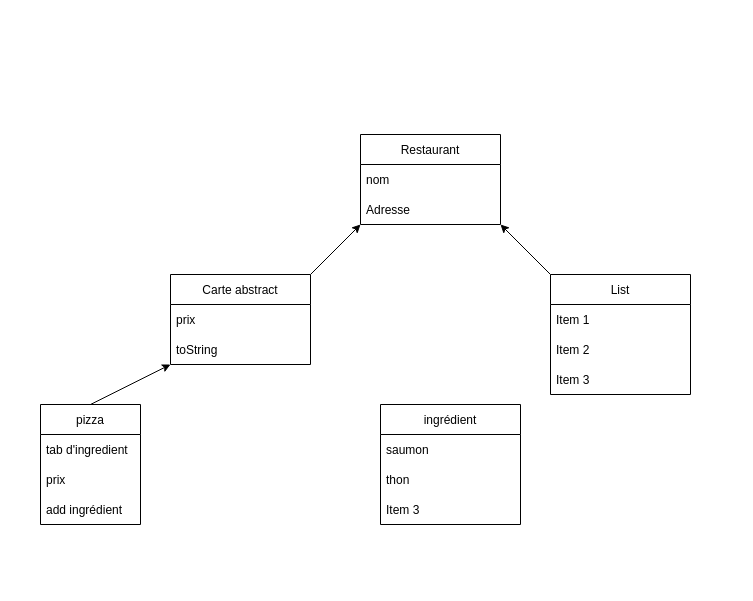
Above: Untitled Diagram.drawio in gadzana/gad1 (draw.io), before the change. Source tidied: cells renumbered, new cells numbered last; positions are measured from the earlier drawing's top-left corner, leaving out a move shared by most shapes. Both pictures are drawn from the tidied source at 100%, with x=0, y=0 at pixel (40, 134).
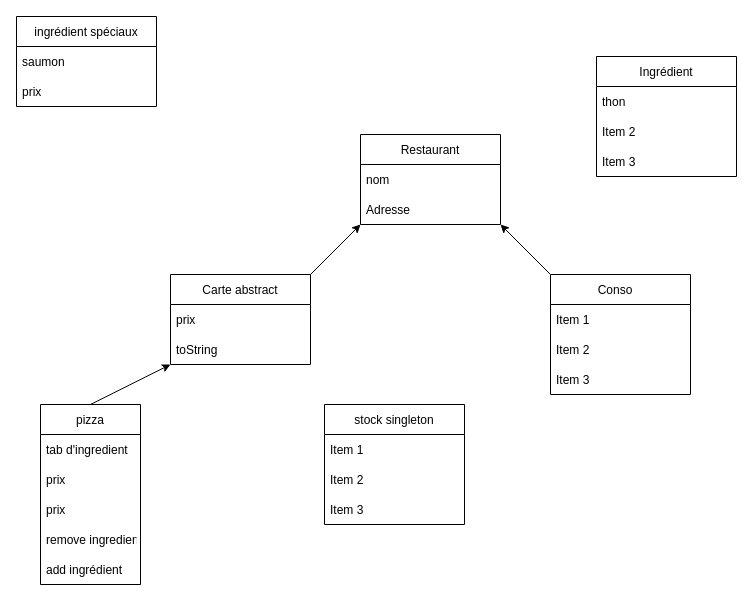
The same page after the edit.

Diff of the diagram source:
```diff
@@
-    <mxCell id="10" value="List" style="swimlane;fontStyle=0;horizontal=1;startSize=30;" parent="1" vertex="1">
+    <mxCell id="10" value="Conso   " style="swimlane;fontStyle=0;horizontal=1;startSize=30;" parent="1" vertex="1">
       <mxGeometry x="510" y="140" width="140" height="120" as="geometry" />
     </mxCell>
@@
     <mxCell id="15" value="pizza" style="swimlane;fontStyle=0;horizontal=1;startSize=30;" parent="1" vertex="1">
-      <mxGeometry y="270" width="100" height="120" as="geometry" />
+      <mxGeometry y="270" width="100" height="180" as="geometry" />
     </mxCell>
@@
+    <mxCell id="23" value="prix" style="text;strokeColor=none;fillColor=none;align=left;verticalAlign=middle;spacingLeft=4;spacingRight=4;overflow=hidden;" parent="15" vertex="1">
+      <mxGeometry y="90" width="100" height="30" as="geometry" />
+    </mxCell>
+    <mxCell id="24" value="remove ingredient" style="text;strokeColor=none;fillColor=none;align=left;verticalAlign=middle;spacingLeft=4;spacingRight=4;overflow=hidden;" parent="15" vertex="1">
+      <mxGeometry y="120" width="100" height="30" as="geometry" />
+    </mxCell>
     <mxCell id="18" value="add ingrédient " style="text;strokeColor=none;fillColor=none;align=left;verticalAlign=middle;spacingLeft=4;spacingRight=4;overflow=hidden;" parent="15" vertex="1">
-      <mxGeometry y="90" width="100" height="30" as="geometry" />
+      <mxGeometry y="150" width="100" height="30" as="geometry" />
     </mxCell>
-    <mxCell id="19" value="ingrédient" style="swimlane;fontStyle=0;horizontal=1;startSize=30;" parent="1" vertex="1">
-      <mxGeometry x="340" y="270" width="140" height="120" as="geometry" />
+    <mxCell id="19" value="ingrédient spéciaux" style="swimlane;fontStyle=0;horizontal=1;startSize=30;" parent="1" vertex="1">
+      <mxGeometry x="-24" y="-118" width="140" height="90" as="geometry" />
     </mxCell>
@@
+    <mxCell id="22" value="prix" style="text;strokeColor=none;fillColor=none;align=left;verticalAlign=middle;spacingLeft=4;spacingRight=4;overflow=hidden;" parent="19" vertex="1">
+      <mxGeometry y="60" width="140" height="30" as="geometry" />
+    </mxCell>
+    <mxCell id="25" value="stock singleton" style="swimlane;fontStyle=0;horizontal=1;startSize=30;" parent="1" vertex="1">
+      <mxGeometry x="284" y="270" width="140" height="120" as="geometry" />
+    </mxCell>
+    <mxCell id="26" value="Item 1" style="text;strokeColor=none;fillColor=none;align=left;verticalAlign=middle;spacingLeft=4;spacingRight=4;overflow=hidden;" parent="25" vertex="1">
+      <mxGeometry y="30" width="140" height="30" as="geometry" />
+    </mxCell>
+    <mxCell id="27" value="Item 2" style="text;strokeColor=none;fillColor=none;align=left;verticalAlign=middle;spacingLeft=4;spacingRight=4;overflow=hidden;" parent="25" vertex="1">
+      <mxGeometry y="60" width="140" height="30" as="geometry" />
+    </mxCell>
+    <mxCell id="28" value="Item 3" style="text;strokeColor=none;fillColor=none;align=left;verticalAlign=middle;spacingLeft=4;spacingRight=4;overflow=hidden;" parent="25" vertex="1">
+      <mxGeometry y="90" width="140" height="30" as="geometry" />
+    </mxCell>
+    <mxCell id="29" value="Ingrédient" style="swimlane;fontStyle=0;horizontal=1;startSize=30;" parent="1" vertex="1">
+      <mxGeometry x="556" y="-78" width="140" height="120" as="geometry" />
+    </mxCell>
-    <mxCell id="21" value="thon" style="text;strokeColor=none;fillColor=none;align=left;verticalAlign=middle;spacingLeft=4;spacingRight=4;overflow=hidden;" parent="19" vertex="1">
-      <mxGeometry y="60" width="140" height="30" as="geometry" />
+    <mxCell id="21" value="thon" style="text;strokeColor=none;fillColor=none;align=left;verticalAlign=middle;spacingLeft=4;spacingRight=4;overflow=hidden;" parent="29" vertex="1">
+      <mxGeometry y="30" width="140" height="30" as="geometry" />
     </mxCell>
-    <mxCell id="22" value="Item 3" style="text;strokeColor=none;fillColor=none;align=left;verticalAlign=middle;spacingLeft=4;spacingRight=4;overflow=hidden;" parent="19" vertex="1">
-      <mxGeometry y="90" width="140" height="30" as="geometry" />
-    </mxCell>
+    <mxCell id="30" value="Item 2" style="text;strokeColor=none;fillColor=none;align=left;verticalAlign=middle;spacingLeft=4;spacingRight=4;overflow=hidden;" parent="29" vertex="1">
+      <mxGeometry y="60" width="140" height="30" as="geometry" />
+    </mxCell>
+    <mxCell id="31" value="Item 3" style="text;strokeColor=none;fillColor=none;align=left;verticalAlign=middle;spacingLeft=4;spacingRight=4;overflow=hidden;" parent="29" vertex="1">
+      <mxGeometry y="90" width="140" height="30" as="geometry" />
+    </mxCell>
```
